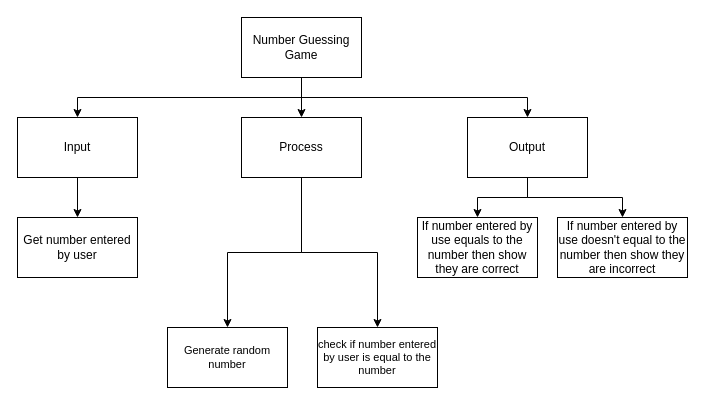
This is design.drawio from michael-clermont1/ICS3U-Unit4-06-Python, a draw.io file, before an edit. Source tidied: cells renumbered, new cells numbered last; positions are measured from the earlier drawing's top-left corner, leaving out a move shared by most shapes. Both pictures are drawn from the tidied source at 100%, with x=0, y=0 at pixel (17, 17).
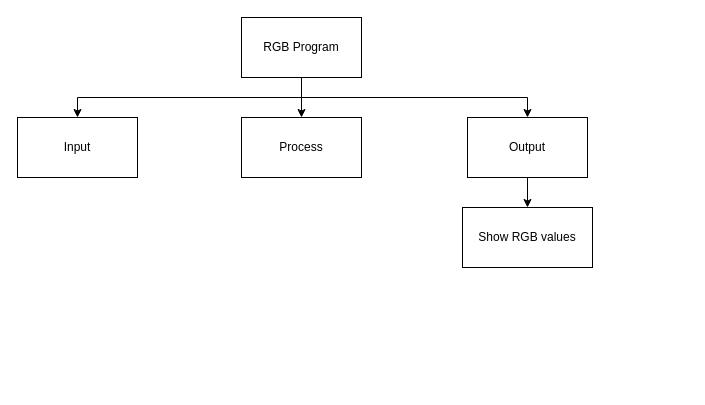
Above is the later version.

The change refers to these unchanged cells:
```xml
<mxCell id="7" value="Input" style="rounded=0;whiteSpace=wrap;html=1;" parent="1" vertex="1">
  <mxGeometry y="100" width="120" height="60" as="geometry" />
</mxCell>
<mxCell id="10" value="Process" style="rounded=0;whiteSpace=wrap;html=1;" parent="1" vertex="1">
  <mxGeometry x="224" y="100" width="120" height="60" as="geometry" />
</mxCell>
<mxCell id="13" value="Output" style="rounded=0;whiteSpace=wrap;html=1;" parent="1" vertex="1">
  <mxGeometry x="450" y="100" width="120" height="60" as="geometry" />
</mxCell>
```

Diff of the diagram source:
```diff
@@
-    <mxCell id="5" value="Number Guessing Game" style="rounded=0;whiteSpace=wrap;html=1;" parent="1" vertex="1">
+    <mxCell id="5" value="RGB Program" style="rounded=0;whiteSpace=wrap;html=1;" parent="1" vertex="1">
       <mxGeometry x="224" width="120" height="60" as="geometry" />
     </mxCell>
-    <mxCell id="6" style="edgeStyle=orthogonalEdgeStyle;shape=connector;rounded=0;html=1;entryX=0.5;entryY=0;entryDx=0;entryDy=0;labelBackgroundColor=default;fontFamily=Helvetica;fontSize=11;fontColor=default;endArrow=classic;strokeColor=default;" parent="1" edge="1" source="7" target="14">
-      <mxGeometry relative="1" as="geometry" />
-    </mxCell>
@@
-    <mxCell id="8" style="edgeStyle=orthogonalEdgeStyle;html=1;entryX=0.5;entryY=0;entryDx=0;entryDy=0;rounded=0;" parent="1" edge="1" source="10" target="16">
-      <mxGeometry relative="1" as="geometry" />
-    </mxCell>
-    <mxCell id="9" style="edgeStyle=orthogonalEdgeStyle;html=1;entryX=0.5;entryY=0;entryDx=0;entryDy=0;rounded=0;" parent="1" edge="1" source="10" target="18">
-      <mxGeometry relative="1" as="geometry" />
-    </mxCell>
@@
-    <mxCell id="11" style="edgeStyle=orthogonalEdgeStyle;html=1;entryX=0.5;entryY=0;entryDx=0;entryDy=0;rounded=0;" parent="1" edge="1" source="13" target="15">
-      <mxGeometry relative="1" as="geometry" />
-    </mxCell>
-    <mxCell id="12" style="edgeStyle=orthogonalEdgeStyle;html=1;entryX=0.5;entryY=0;entryDx=0;entryDy=0;rounded=0;" parent="1" edge="1" source="13" target="17">
-      <mxGeometry relative="1" as="geometry" />
-    </mxCell>
+    <mxCell id="19" style="edgeStyle=none;html=1;entryX=0.5;entryY=0;entryDx=0;entryDy=0;" parent="1" edge="1" source="13" target="20">
+      <mxGeometry relative="1" as="geometry" />
+    </mxCell>
@@
-    <mxCell id="14" value="Get number entered by user" style="rounded=0;whiteSpace=wrap;html=1;" parent="1" vertex="1">
-      <mxGeometry y="200" width="120" height="60" as="geometry" />
-    </mxCell>
-    <mxCell id="15" value="If number entered by use equals to the number then show they are correct" style="rounded=0;whiteSpace=wrap;html=1;" parent="1" vertex="1">
-      <mxGeometry x="400" y="200" width="120" height="60" as="geometry" />
-    </mxCell>
-    <mxCell id="16" value="check if number entered by user is equal to the number" style="rounded=0;whiteSpace=wrap;html=1;fontFamily=Helvetica;fontSize=11;fontColor=default;" parent="1" vertex="1">
-      <mxGeometry x="300" y="310" width="120" height="60" as="geometry" />
-    </mxCell>
-    <mxCell id="17" value="If number entered by use doesn't equal to the number then show they are incorrect" style="rounded=0;whiteSpace=wrap;html=1;" parent="1" vertex="1">
-      <mxGeometry x="540" y="200" width="130" height="60" as="geometry" />
-    </mxCell>
-    <mxCell id="18" value="Generate random number" style="rounded=0;whiteSpace=wrap;html=1;fontFamily=Helvetica;fontSize=11;fontColor=default;" parent="1" vertex="1">
-      <mxGeometry x="150" y="310" width="120" height="60" as="geometry" />
-    </mxCell>
+    <mxCell id="20" value="Show RGB values" style="rounded=0;whiteSpace=wrap;html=1;" parent="1" vertex="1">
+      <mxGeometry x="445" y="190" width="130" height="60" as="geometry" />
+    </mxCell>
```
